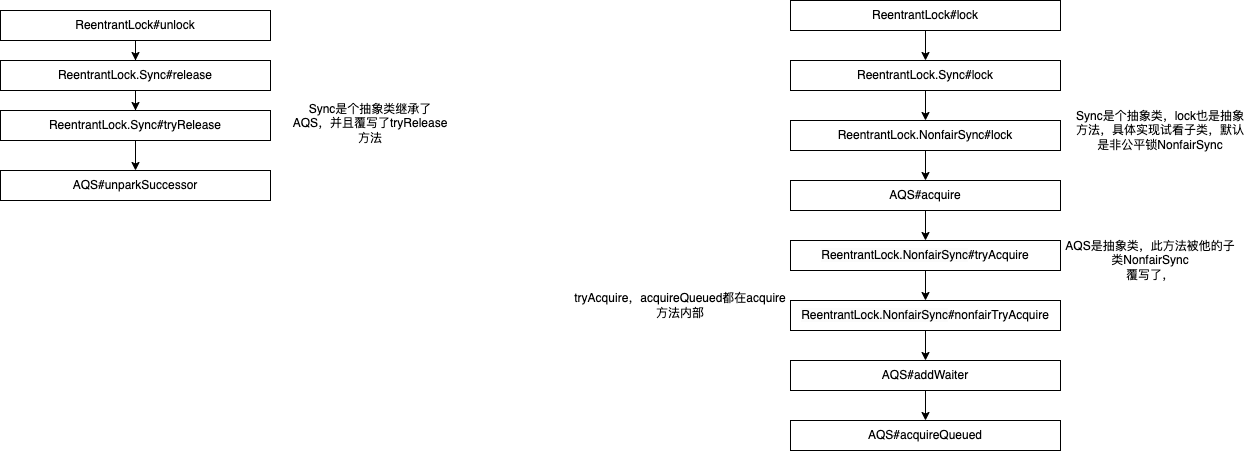
Earlier version of the draw.io export ReentrantLock1.png (zhaole0606/pic). Source tidied: cells renumbered, new cells last; positions are measured from the earlier drawing's top-left corner, leaving out a move shared by most shapes.
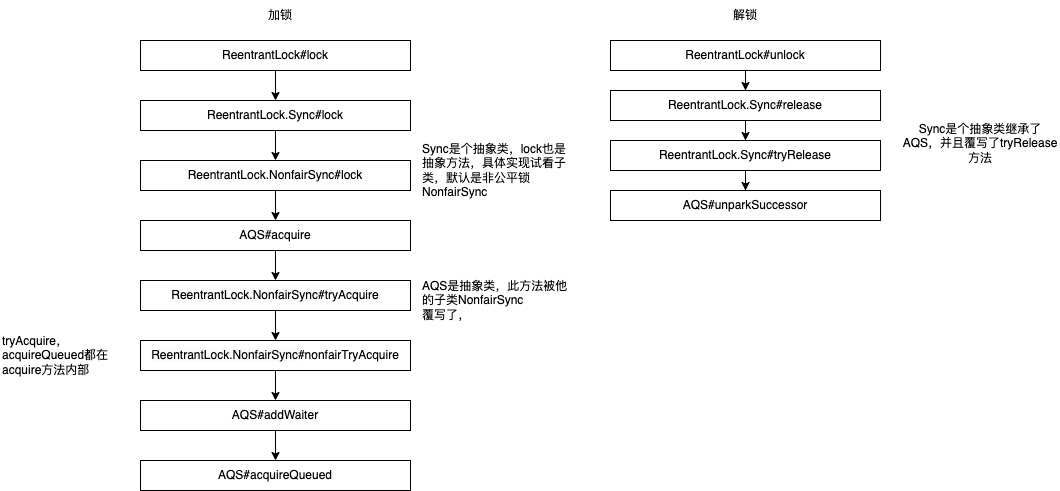
The same diagram one commit later.

Diff of the diagram source:
```diff
@@ -4,7 +4,7 @@
     <mxCell id="1" parent="0" />
     <mxCell id="2" style="edgeStyle=entityRelationEdgeStyle;endArrow=ERzeroToMany;startArrow=ERone;endFill=1;startFill=0;" parent="1" edge="1" target="x">
       <mxGeometry relative="1" as="geometry">
-        <mxPoint x="1320" y="105" as="sourcePoint" />
+        <mxPoint x="2170" y="-215" as="sourcePoint" />
       </mxGeometry>
     </mxCell>
     <mxCell id="3" style="edgeStyle=orthogonalEdgeStyle;rounded=0;jettySize=auto;html=1;" parent="1" edge="1" source="4" target="6">
@@ -25,8 +25,8 @@
     <mxCell id="8" value="ReentrantLock.NonfairSync&lt;span style=&quot;background-color: initial;&quot;&gt;#lock&lt;/span&gt;" style="rounded=0;whiteSpace=wrap;html=1;" parent="1" vertex="1">
       <mxGeometry x="790" y="120" width="270" height="30" as="geometry" />
     </mxCell>
-    <mxCell id="9" value="Sync是个抽象类，lock也是抽象方法，具体实现试看子类，默认是非公平锁NonfairSync" style="text;html=1;strokeColor=none;fillColor=none;align=center;verticalAlign=middle;whiteSpace=wrap;rounded=0;" parent="1" vertex="1">
-      <mxGeometry x="1070" y="120" width="180" height="20" as="geometry" />
+    <mxCell id="9" value="Sync是个抽象类，lock也是抽象方法，具体实现试看子类，默认是非公平锁NonfairSync" style="text;html=1;strokeColor=none;fillColor=none;align=left;verticalAlign=middle;whiteSpace=wrap;rounded=0;" parent="1" vertex="1">
+      <mxGeometry x="1070" y="120" width="150" height="20" as="geometry" />
     </mxCell>
     <mxCell id="10" style="edgeStyle=orthogonalEdgeStyle;rounded=0;jettySize=auto;html=1;" parent="1" edge="1" source="11" target="13">
       <mxGeometry relative="1" as="geometry" />
@@ -40,8 +40,8 @@
     <mxCell id="13" value="&lt;span style=&quot;color: rgb(0, 0, 0); font-family: Helvetica; font-size: 12px; font-style: normal; font-variant-ligatures: normal; font-variant-caps: normal; font-weight: 400; letter-spacing: normal; orphans: 2; text-align: center; text-indent: 0px; text-transform: none; widows: 2; word-spacing: 0px; -webkit-text-stroke-width: 0px; background-color: rgb(251, 251, 251); text-decoration-thickness: initial; text-decoration-style: initial; text-decoration-color: initial; float: none; display: inline !important;&quot;&gt;ReentrantLock.NonfairSync&lt;/span&gt;&lt;span style=&quot;border-color: var(--border-color); color: rgb(0, 0, 0); font-family: Helvetica; font-size: 12px; font-style: normal; font-variant-ligatures: normal; font-variant-caps: normal; font-weight: 400; letter-spacing: normal; orphans: 2; text-align: center; text-indent: 0px; text-transform: none; widows: 2; word-spacing: 0px; -webkit-text-stroke-width: 0px; background-color: initial; text-decoration-thickness: initial; text-decoration-style: initial; text-decoration-color: initial;&quot;&gt;#&lt;/span&gt;tryAcquire" style="rounded=0;whiteSpace=wrap;html=1;" parent="1" vertex="1">
       <mxGeometry x="790" y="240" width="270" height="30" as="geometry" />
     </mxCell>
-    <mxCell id="14" value="AQS是抽象类，此方法被他的子类NonfairSync&lt;br&gt;覆写了，" style="text;html=1;strokeColor=none;fillColor=none;align=center;verticalAlign=middle;whiteSpace=wrap;rounded=0;" parent="1" vertex="1">
-      <mxGeometry x="1060" y="250" width="180" height="20" as="geometry" />
+    <mxCell id="14" value="AQS是抽象类，此方法被他的子类NonfairSync&lt;br&gt;覆写了，" style="text;html=1;strokeColor=none;fillColor=none;align=left;verticalAlign=middle;whiteSpace=wrap;rounded=0;" parent="1" vertex="1">
+      <mxGeometry x="1070" y="250" width="150" height="20" as="geometry" />
     </mxCell>
     <mxCell id="15" style="edgeStyle=orthogonalEdgeStyle;rounded=0;jettySize=auto;html=1;" parent="1" edge="1" source="16" target="18">
       <mxGeometry relative="1" as="geometry" />
@@ -58,32 +58,38 @@
     <mxCell id="19" value="&lt;span style=&quot;border-color: var(--border-color); color: rgb(0, 0, 0); font-family: Helvetica; font-size: 12px; font-style: normal; font-variant-ligatures: normal; font-variant-caps: normal; font-weight: 400; letter-spacing: normal; orphans: 2; text-align: center; text-indent: 0px; text-transform: none; widows: 2; word-spacing: 0px; -webkit-text-stroke-width: 0px; background-color: initial; text-decoration-thickness: initial; text-decoration-style: initial; text-decoration-color: initial;&quot;&gt;AQS#&lt;/span&gt;acquireQueued" style="rounded=0;whiteSpace=wrap;html=1;" parent="1" vertex="1">
       <mxGeometry x="790" y="420" width="270" height="30" as="geometry" />
     </mxCell>
-    <mxCell id="20" value="tryAcquire，acquireQueued都在acquire方法内部" style="text;html=1;strokeColor=none;fillColor=none;align=center;verticalAlign=middle;whiteSpace=wrap;rounded=0;" parent="1" vertex="1">
-      <mxGeometry x="570" y="280" width="220" height="50" as="geometry" />
+    <mxCell id="20" value="tryAcquire，acquireQueued都在acquire方法内部" style="text;html=1;strokeColor=none;fillColor=none;align=left;verticalAlign=middle;whiteSpace=wrap;rounded=0;" parent="1" vertex="1">
+      <mxGeometry x="650" y="290" width="140" height="50" as="geometry" />
     </mxCell>
     <mxCell id="21" style="edgeStyle=orthogonalEdgeStyle;rounded=0;jettySize=auto;html=1;" parent="1" edge="1" source="22" target="24">
       <mxGeometry relative="1" as="geometry" />
     </mxCell>
     <mxCell id="22" value="ReentrantLock#unlock" style="rounded=0;whiteSpace=wrap;html=1;" parent="1" vertex="1">
-      <mxGeometry y="10" width="270" height="30" as="geometry" />
+      <mxGeometry x="1260" width="270" height="30" as="geometry" />
     </mxCell>
     <mxCell id="23" style="edgeStyle=orthogonalEdgeStyle;rounded=0;jettySize=auto;html=1;" parent="1" edge="1" source="24" target="26">
       <mxGeometry relative="1" as="geometry" />
     </mxCell>
     <mxCell id="24" value="ReentrantLock.Sync#release" style="rounded=0;whiteSpace=wrap;html=1;" parent="1" vertex="1">
-      <mxGeometry y="60" width="270" height="30" as="geometry" />
+      <mxGeometry x="1260" y="50" width="270" height="30" as="geometry" />
     </mxCell>
     <mxCell id="25" style="edgeStyle=orthogonalEdgeStyle;rounded=0;jettySize=auto;html=1;" parent="1" edge="1" source="26" target="27">
       <mxGeometry relative="1" as="geometry" />
     </mxCell>
     <mxCell id="26" value="ReentrantLock.Sync#tryRelease" style="rounded=0;whiteSpace=wrap;html=1;" parent="1" vertex="1">
-      <mxGeometry y="110" width="270" height="30" as="geometry" />
+      <mxGeometry x="1260" y="100" width="270" height="30" as="geometry" />
     </mxCell>
     <mxCell id="27" value="AQS#unparkSuccessor" style="rounded=0;whiteSpace=wrap;html=1;" parent="1" vertex="1">
-      <mxGeometry y="170" width="270" height="30" as="geometry" />
+      <mxGeometry x="1260" y="150" width="270" height="30" as="geometry" />
     </mxCell>
     <mxCell id="28" value="Sync是个抽象类继承了AQS，并且覆写了tryRelease方法" style="text;html=1;strokeColor=none;fillColor=none;align=center;verticalAlign=middle;whiteSpace=wrap;rounded=0;" parent="1" vertex="1">
-      <mxGeometry x="290" y="105" width="160" height="35" as="geometry" />
+      <mxGeometry x="1550" y="85" width="160" height="35" as="geometry" />
     </mxCell>
+    <mxCell id="29" value="加锁" style="text;html=1;strokeColor=none;fillColor=none;align=center;verticalAlign=middle;whiteSpace=wrap;rounded=0;" parent="1" vertex="1">
+      <mxGeometry x="900" y="-40" width="60" height="30" as="geometry" />
+    </mxCell>
+    <mxCell id="30" value="解锁" style="text;html=1;strokeColor=none;fillColor=none;align=center;verticalAlign=middle;whiteSpace=wrap;rounded=0;" parent="1" vertex="1">
+      <mxGeometry x="1365" y="-40" width="60" height="30" as="geometry" />
+    </mxCell>
   </root>
 </mxGraphModel>
```
